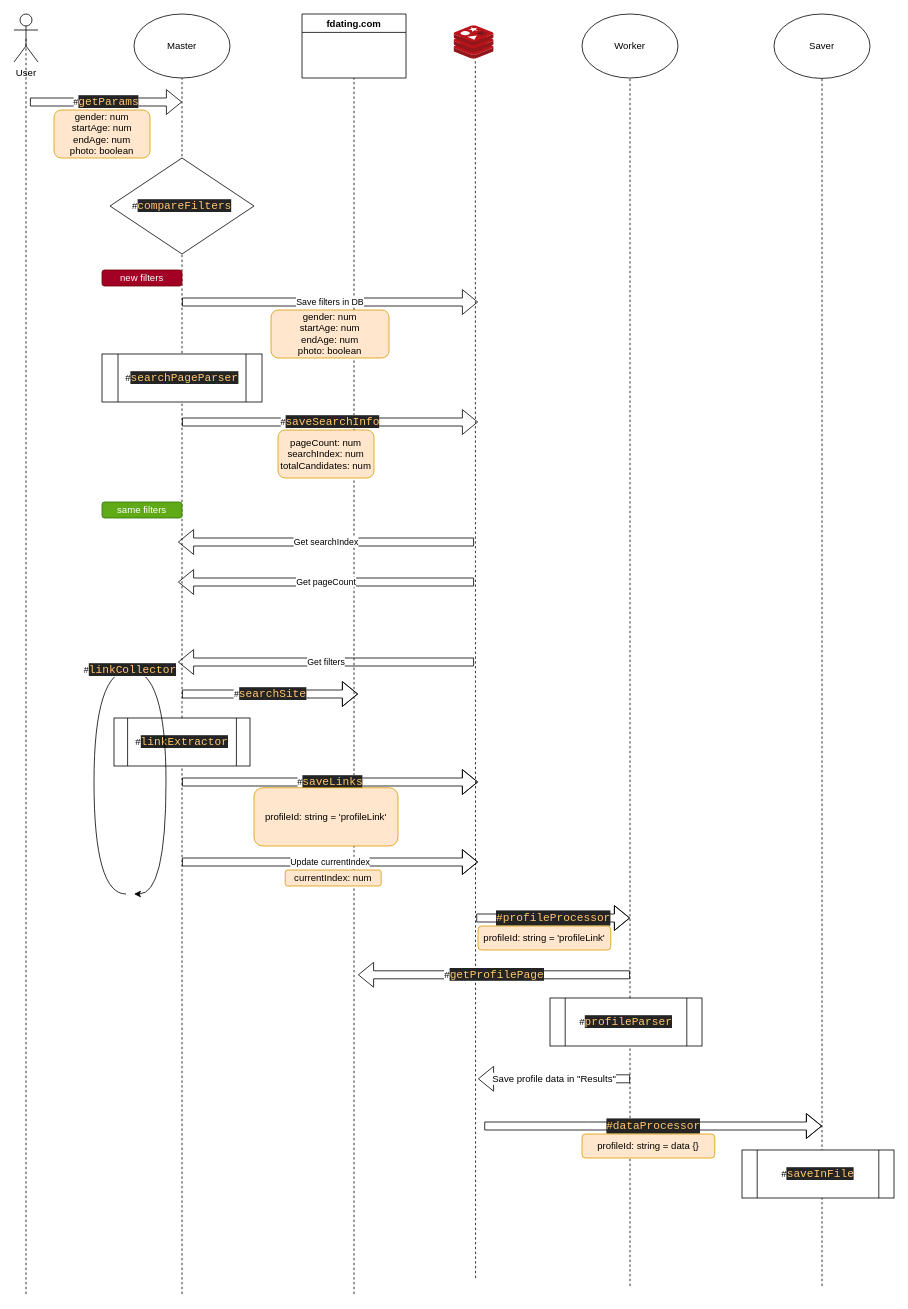
Earlier version of the draw.io diagram diagrams/architecture.drawio (Kal9Isa/fdating-profile-collector). Source tidied: cells renumbered, new cells numbered last; positions are measured from the earlier drawing's top-left corner, leaving out a move shared by most shapes. Both pictures are drawn from the tidied source at 80%, with x=0, y=0 at pixel (14, 14).
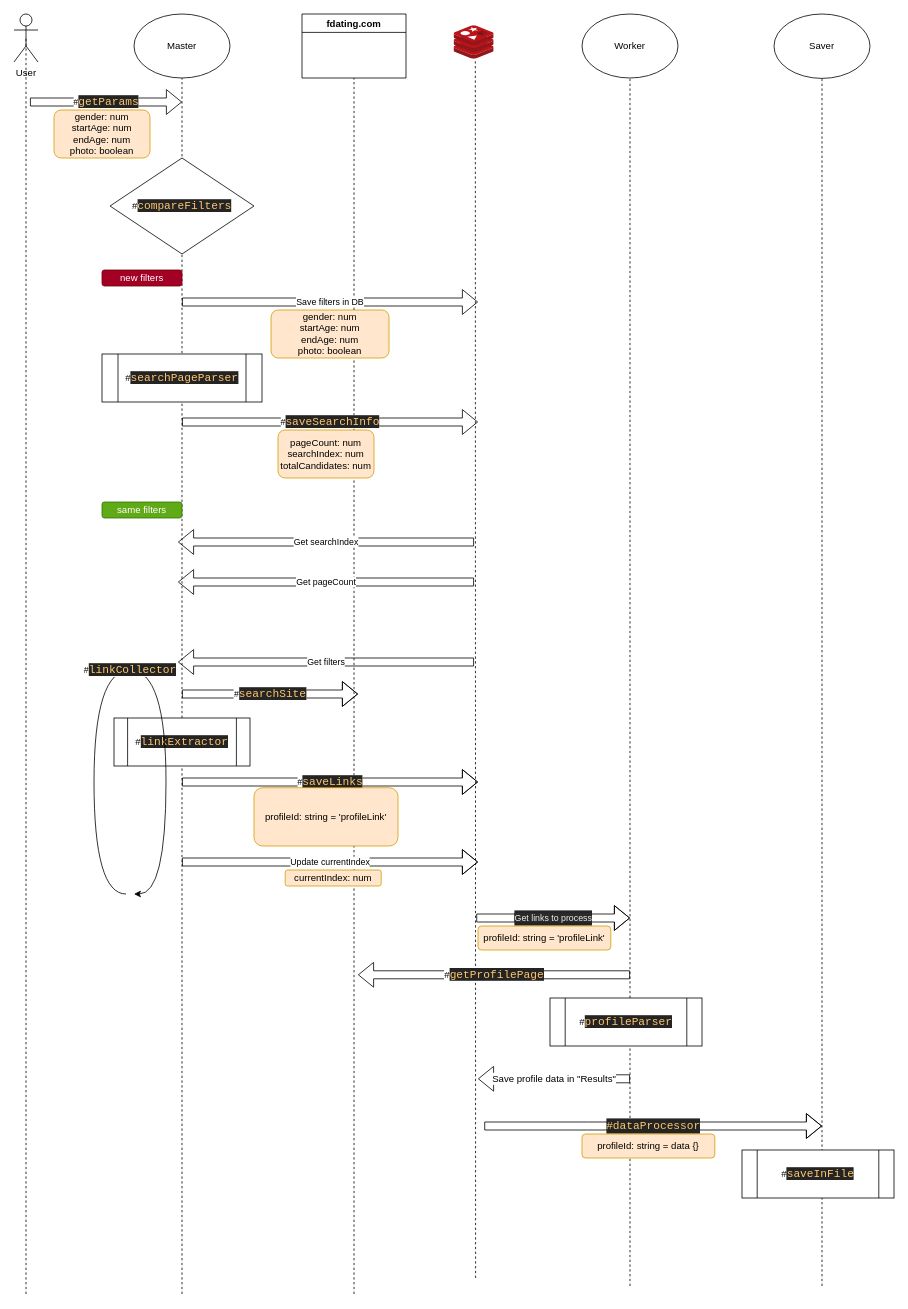
Above is the later version.

The change refers to these unchanged cells:
```xml
<mxCell id="45" style="group;" parent="20" vertex="1">
  <mxGeometry x="580" y="1130" width="166" height="40" as="geometry" />
</mxCell>
```

Diff of the diagram source:
```diff
@@
-    <mxCell id="46" value="&lt;div style=&quot;color: rgb(204 , 204 , 204) ; background-color: rgb(36 , 36 , 36) ; font-family: &amp;#34;droid sans mono&amp;#34; , monospace , monospace , &amp;#34;droid sans fallback&amp;#34; ; font-size: 14px ; line-height: 19px&quot;&gt;&lt;span style=&quot;color: #ffc66d&quot;&gt;#profileProcessor&lt;/span&gt;&lt;/div&gt;" style="shape=flexArrow;endArrow=classic;html=1;" parent="45" edge="1">
+    <mxCell id="46" value="&lt;div style=&quot;color: rgb(204 , 204 , 204) ; background-color: rgb(36 , 36 , 36) ; font-family: &amp;#34;droid sans mono&amp;#34; , monospace , monospace , &amp;#34;droid sans fallback&amp;#34; ; font-size: 14px ; line-height: 19px&quot;&gt;&lt;span style=&quot;color: rgb(240 , 240 , 240) ; font-family: &amp;#34;helvetica&amp;#34; ; font-size: 11px ; background-color: rgb(42 , 42 , 42)&quot;&gt;Get links to process&lt;/span&gt;&lt;br&gt;&lt;/div&gt;" style="shape=flexArrow;endArrow=classic;html=1;" parent="45" edge="1">
       <mxGeometry x="115" as="geometry">
         <mxPoint x="-2.1" as="sourcePoint" />
         <mxPoint x="190" as="targetPoint" />
         <Array as="points">
           <mxPoint x="127" />
         </Array>
       </mxGeometry>
     </mxCell>
```
